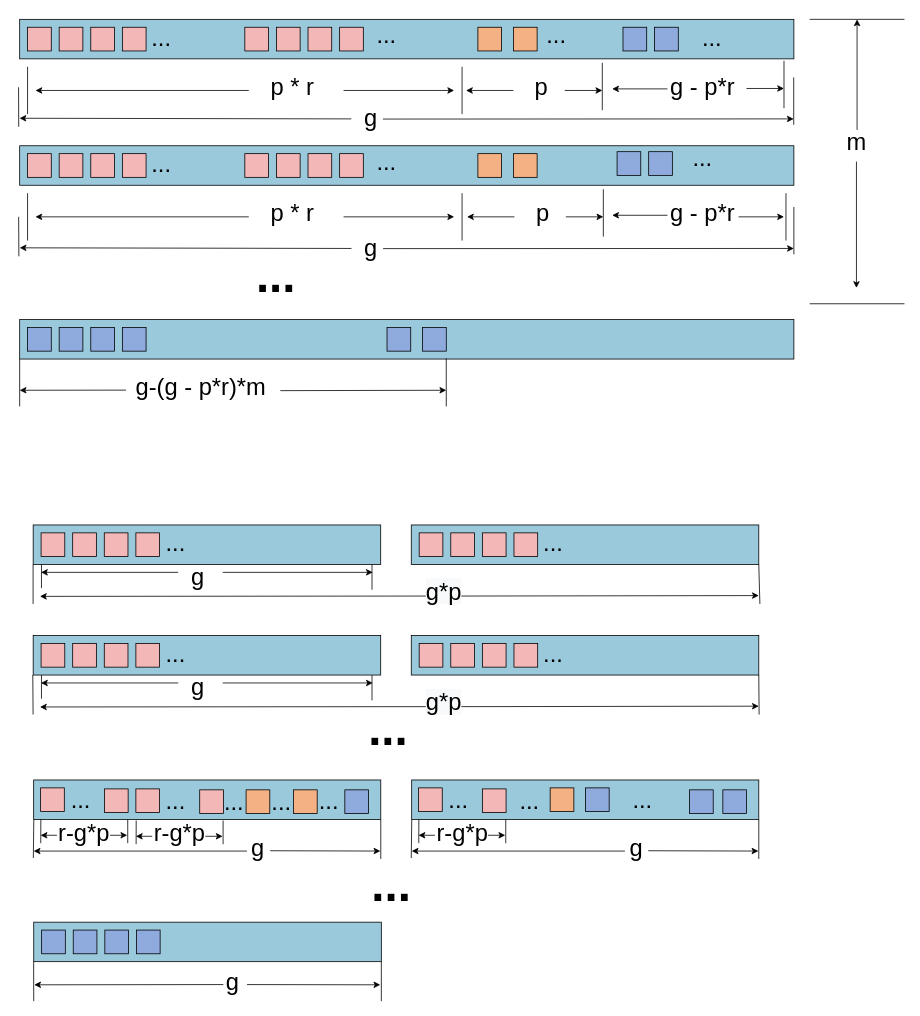
The draw.io diagram figures/draw_io_fig/final_pics.drawio in monopodium/Repair_optimal, before the edit. Source tidied: cells renumbered, new cells numbered last; positions are measured from the earlier drawing's top-left corner, leaving out a move shared by most shapes. Both pictures are drawn from the tidied source at 79%, with x=0, y=0 at pixel (18, 19).
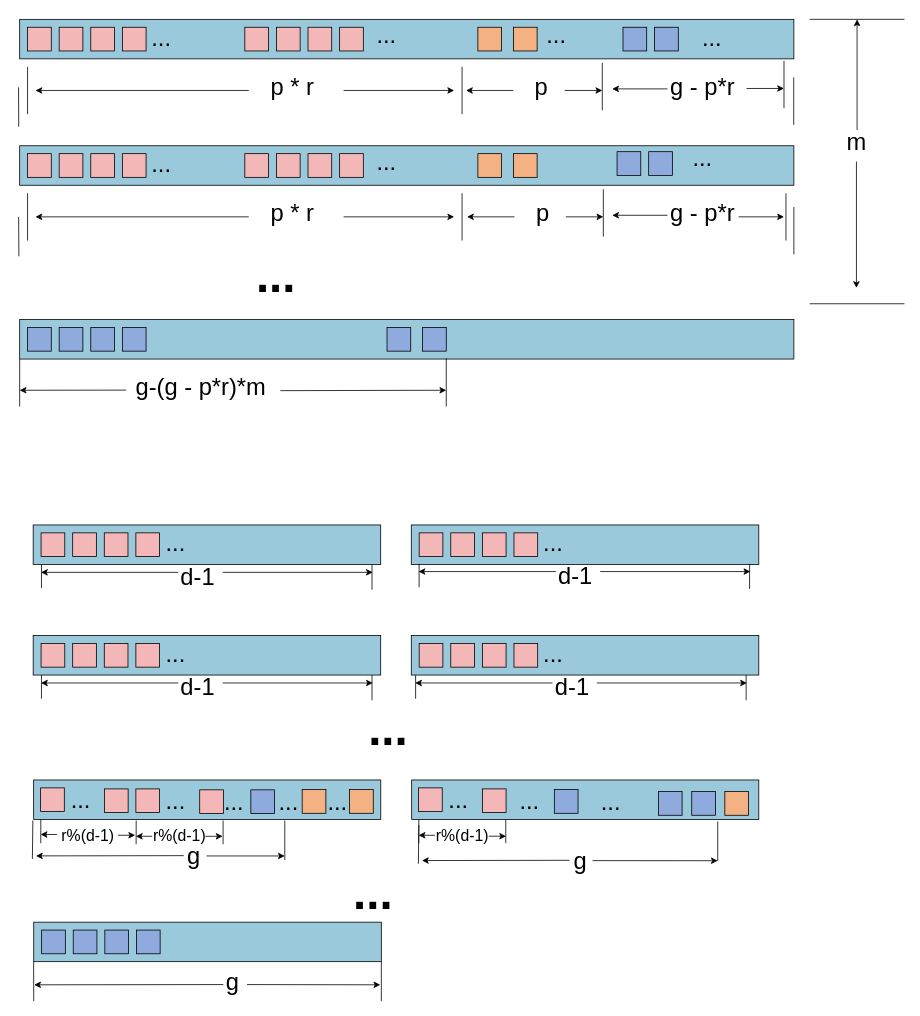
After the change.

Diff of the diagram source:
```diff
@@
-    <mxCell id="77" style="endArrow=classic;html=1;rounded=0;fontSize=30;" parent="1" edge="1">
-      <mxGeometry relative="1" as="geometry">
-        <mxPoint x="461.4" y="290.2" as="sourcePoint" />
-        <mxPoint x="981.4" y="290" as="targetPoint" />
-      </mxGeometry>
-    </mxCell>
-    <mxCell id="78" style="endArrow=classic;html=1;rounded=0;fontSize=30;" parent="1" edge="1">
-      <mxGeometry relative="1" as="geometry">
-        <mxPoint x="421.4" y="290" as="sourcePoint" />
-        <mxPoint x="1.4" y="289.2" as="targetPoint" />
-      </mxGeometry>
-    </mxCell>
@@
-    <mxCell id="83" value="g" style="text;html=1;strokeColor=none;fillColor=none;align=center;verticalAlign=middle;whiteSpace=wrap;rounded=0;fontSize=30;" parent="1" vertex="1">
-      <mxGeometry x="426.4" y="274" width="40" height="30" as="geometry" />
-    </mxCell>
@@
-    <mxCell id="86" style="endArrow=classic;html=1;rounded=0;fontSize=30;" parent="1" edge="1">
-      <mxGeometry relative="1" as="geometry">
-        <mxPoint x="461.2" y="126.2" as="sourcePoint" />
-        <mxPoint x="981.2" y="126" as="targetPoint" />
-      </mxGeometry>
-    </mxCell>
-    <mxCell id="87" style="endArrow=classic;html=1;rounded=0;fontSize=30;" parent="1" edge="1">
-      <mxGeometry relative="1" as="geometry">
-        <mxPoint x="421.2" y="126" as="sourcePoint" />
-        <mxPoint x="1.2" y="125.2" as="targetPoint" />
-      </mxGeometry>
-    </mxCell>
-    <mxCell id="88" value="g" style="text;html=1;strokeColor=none;fillColor=none;align=center;verticalAlign=middle;whiteSpace=wrap;rounded=0;fontSize=30;" parent="1" vertex="1">
-      <mxGeometry x="426.2" y="110" width="40" height="30" as="geometry" />
-    </mxCell>
@@
-    <mxCell id="94" style="endArrow=none;html=1;rounded=0;fontSize=30;" parent="1" edge="1">
-      <mxGeometry relative="1" as="geometry">
-        <mxPoint x="18.4" y="740" as="sourcePoint" />
-        <mxPoint x="18.4" y="690" as="targetPoint" />
-      </mxGeometry>
-    </mxCell>
@@
-    <mxCell id="96" style="endArrow=classic;html=1;rounded=0;fontSize=30;" parent="1" edge="1">
-      <mxGeometry relative="1" as="geometry">
-        <mxPoint x="558.4" y="730" as="sourcePoint" />
-        <mxPoint x="937" y="729.4" as="targetPoint" />
-      </mxGeometry>
-    </mxCell>
-    <mxCell id="97" style="endArrow=classic;html=1;rounded=0;fontSize=30;" parent="1" edge="1">
-      <mxGeometry relative="1" as="geometry">
-        <mxPoint x="518.4" y="730" as="sourcePoint" />
-        <mxPoint x="27.1" y="730.4" as="targetPoint" />
-      </mxGeometry>
-    </mxCell>
@@
-    <mxCell id="106" style="endArrow=classic;html=1;rounded=0;fontSize=30;" parent="1" edge="1">
-      <mxGeometry relative="1" as="geometry">
-        <mxPoint x="289.1" y="1052.8" as="sourcePoint" />
-        <mxPoint x="19.1" y="1052.8" as="targetPoint" />
-      </mxGeometry>
-    </mxCell>
-    <mxCell id="107" value="&amp;nbsp;g" style="text;html=1;strokeColor=none;fillColor=none;align=center;verticalAlign=middle;whiteSpace=wrap;rounded=0;fontSize=30;" parent="1" vertex="1">
-      <mxGeometry x="281" y="1032.8" width="36.2" height="30" as="geometry" />
-    </mxCell>
@@
-    <mxCell id="111" value="g" style="text;html=1;strokeColor=none;fillColor=none;align=center;verticalAlign=middle;whiteSpace=wrap;rounded=0;fontSize=30;" parent="1" vertex="1">
+    <mxCell id="111" value="d-1" style="text;html=1;strokeColor=none;fillColor=none;align=center;verticalAlign=middle;whiteSpace=wrap;rounded=0;fontSize=30;" parent="1" vertex="1">
       <mxGeometry x="200.2" y="690" width="53.8" height="30" as="geometry" />
     </mxCell>
@@
     <mxCell id="113" style="rounded=0;whiteSpace=wrap;html=1;fontSize=30;fillColor=#F4B183;" parent="1" vertex="1">
-      <mxGeometry x="348" y="975.3" width="30" height="30" as="geometry" />
+      <mxGeometry x="419" y="975" width="30" height="30" as="geometry" />
     </mxCell>
@@
     <mxCell id="117" style="endArrow=classic;html=1;rounded=0;fontSize=30;" parent="1" edge="1">
       <mxGeometry relative="1" as="geometry">
-        <mxPoint x="48.5" y="1032.8" as="sourcePoint" />
-        <mxPoint x="27.9" y="1032.8" as="targetPoint" />
+        <mxPoint x="527" y="1032.8" as="sourcePoint" />
+        <mxPoint x="506.4" y="1032.8" as="targetPoint" />
       </mxGeometry>
     </mxCell>
     <mxCell id="118" style="endArrow=classic;html=1;rounded=0;fontSize=30;" parent="1" edge="1">
       <mxGeometry relative="1" as="geometry">
-        <mxPoint x="115.8" y="1032.8" as="sourcePoint" />
-        <mxPoint x="137.6" y="1032.8" as="targetPoint" />
+        <mxPoint x="125.8" y="1032.8" as="sourcePoint" />
+        <mxPoint x="147.6" y="1032.8" as="targetPoint" />
       </mxGeometry>
     </mxCell>
-    <mxCell id="119" value="r-g*p" style="text;html=1;strokeColor=none;fillColor=none;align=center;verticalAlign=middle;whiteSpace=wrap;rounded=0;fontSize=30;" parent="1" vertex="1">
-      <mxGeometry x="40.5" y="1014.1" width="86.2" height="30" as="geometry" />
+    <mxCell id="119" value="&lt;font style=&quot;font-size: 20px;&quot;&gt;r%(d-1)&lt;/font&gt;" style="text;html=1;strokeColor=none;fillColor=none;align=center;verticalAlign=middle;whiteSpace=wrap;rounded=0;fontSize=30;" parent="1" vertex="1">
+      <mxGeometry x="45.1" y="1014.1" width="86.2" height="30" as="geometry" />
     </mxCell>
-    <mxCell id="120" style="endArrow=none;html=1;rounded=0;fontSize=30;" parent="1" edge="1">
-      <mxGeometry relative="1" as="geometry">
-        <mxPoint x="138.2" y="1042.8" as="sourcePoint" />
-        <mxPoint x="138.2" y="1012.8" as="targetPoint" />
-      </mxGeometry>
-    </mxCell>
@@
     <mxCell id="122" style="rounded=0;whiteSpace=wrap;html=1;fontSize=30;fillColor=#F4B183;" parent="1" vertex="1">
-      <mxGeometry x="288" y="975.3" width="30" height="30" as="geometry" />
+      <mxGeometry x="359" y="975" width="30" height="30" as="geometry" />
     </mxCell>
@@
-    <mxCell id="129" style="endArrow=none;html=1;rounded=0;fontSize=30;" parent="1" edge="1">
-      <mxGeometry relative="1" as="geometry">
-        <mxPoint x="938.4" y="740" as="sourcePoint" />
-        <mxPoint x="937" y="690" as="targetPoint" />
-      </mxGeometry>
-    </mxCell>
-    <mxCell id="130" value="&lt;span style=&quot;color: rgb(0, 0, 0); font-family: Helvetica; font-size: 30px; font-style: normal; font-variant-ligatures: normal; font-variant-caps: normal; font-weight: 400; letter-spacing: normal; orphans: 2; text-align: center; text-indent: 0px; text-transform: none; widows: 2; word-spacing: 0px; -webkit-text-stroke-width: 0px; background-color: rgb(248, 249, 250); text-decoration-thickness: initial; text-decoration-style: initial; text-decoration-color: initial; float: none; display: inline !important;&quot;&gt;g*p&lt;/span&gt;" style="text;whiteSpace=wrap;html=1;" parent="1" vertex="1">
-      <mxGeometry x="514" y="700" width="80" height="60" as="geometry" />
-    </mxCell>
@@
-    <mxCell id="136" style="endArrow=none;html=1;rounded=0;fontSize=30;" parent="1" edge="1">
-      <mxGeometry relative="1" as="geometry">
-        <mxPoint x="18.4" y="880" as="sourcePoint" />
-        <mxPoint x="18" y="830" as="targetPoint" />
-      </mxGeometry>
-    </mxCell>
@@
-    <mxCell id="138" style="endArrow=classic;html=1;rounded=0;fontSize=30;" parent="1" edge="1">
-      <mxGeometry relative="1" as="geometry">
-        <mxPoint x="558.4" y="870" as="sourcePoint" />
-        <mxPoint x="937" y="869.4" as="targetPoint" />
-      </mxGeometry>
-    </mxCell>
-    <mxCell id="139" style="endArrow=classic;html=1;rounded=0;fontSize=30;" parent="1" edge="1">
-      <mxGeometry relative="1" as="geometry">
-        <mxPoint x="518.4" y="870" as="sourcePoint" />
-        <mxPoint x="27.1" y="870.4" as="targetPoint" />
-      </mxGeometry>
-    </mxCell>
@@
-    <mxCell id="144" value="g" style="text;html=1;strokeColor=none;fillColor=none;align=center;verticalAlign=middle;whiteSpace=wrap;rounded=0;fontSize=30;" parent="1" vertex="1">
+    <mxCell id="144" value="d-1" style="text;html=1;strokeColor=none;fillColor=none;align=center;verticalAlign=middle;whiteSpace=wrap;rounded=0;fontSize=30;" parent="1" vertex="1">
       <mxGeometry x="200.2" y="830" width="53.8" height="30" as="geometry" />
     </mxCell>
@@
-    <mxCell id="151" style="endArrow=none;html=1;rounded=0;fontSize=30;" parent="1" edge="1">
-      <mxGeometry relative="1" as="geometry">
-        <mxPoint x="937.4" y="880" as="sourcePoint" />
-        <mxPoint x="937" y="830" as="targetPoint" />
-      </mxGeometry>
-    </mxCell>
-    <mxCell id="152" value="&lt;span style=&quot;color: rgb(0, 0, 0); font-family: Helvetica; font-size: 30px; font-style: normal; font-variant-ligatures: normal; font-variant-caps: normal; font-weight: 400; letter-spacing: normal; orphans: 2; text-align: center; text-indent: 0px; text-transform: none; widows: 2; word-spacing: 0px; -webkit-text-stroke-width: 0px; background-color: rgb(248, 249, 250); text-decoration-thickness: initial; text-decoration-style: initial; text-decoration-color: initial; float: none; display: inline !important;&quot;&gt;g*p&lt;/span&gt;" style="text;whiteSpace=wrap;html=1;" parent="1" vertex="1">
-      <mxGeometry x="514" y="840" width="80" height="60" as="geometry" />
-    </mxCell>
@@
     <mxCell id="154" value="..." style="text;html=1;strokeColor=none;fillColor=none;align=center;verticalAlign=middle;whiteSpace=wrap;rounded=0;fontSize=30;" parent="1" vertex="1">
-      <mxGeometry x="303.4" y="975.3" width="60" height="30" as="geometry" />
+      <mxGeometry x="374.4" y="975" width="60" height="30" as="geometry" />
     </mxCell>
-    <mxCell id="155" style="endArrow=none;html=1;rounded=0;fontSize=30;" parent="1" edge="1">
-      <mxGeometry relative="1" as="geometry">
-        <mxPoint x="18.7" y="1061.6" as="sourcePoint" />
-        <mxPoint x="19.3" y="1012.8" as="targetPoint" />
-      </mxGeometry>
-    </mxCell>
-    <mxCell id="156" style="endArrow=none;html=1;rounded=0;fontSize=30;" parent="1" edge="1">
-      <mxGeometry relative="1" as="geometry">
-        <mxPoint x="458.5" y="1062.8" as="sourcePoint" />
-        <mxPoint x="458.5" y="1012.8" as="targetPoint" />
-      </mxGeometry>
-    </mxCell>
@@
-    <mxCell id="162" value="r-g*p" style="text;html=1;strokeColor=none;fillColor=none;align=center;verticalAlign=middle;whiteSpace=wrap;rounded=0;fontSize=30;" parent="1" vertex="1">
+    <mxCell id="162" value="&lt;font style=&quot;font-size: 20px;&quot;&gt;r%(d-1)&lt;/font&gt;" style="text;html=1;strokeColor=none;fillColor=none;align=center;verticalAlign=middle;whiteSpace=wrap;rounded=0;fontSize=30;" parent="1" vertex="1">
       <mxGeometry x="161.2" y="1015.3" width="86.2" height="30" as="geometry" />
     </mxCell>
@@
     <mxCell id="169" style="rounded=0;whiteSpace=wrap;html=1;fontSize=30;fillColor=#8FAADC;" parent="1" vertex="1">
-      <mxGeometry x="413" y="975.3" width="30" height="30" as="geometry" />
+      <mxGeometry x="294" y="975.3" width="30" height="30" as="geometry" />
     </mxCell>
     <mxCell id="170" value="..." style="text;html=1;strokeColor=none;fillColor=none;align=center;verticalAlign=middle;whiteSpace=wrap;rounded=0;fontSize=30;" parent="1" vertex="1">
-      <mxGeometry x="363.4" y="974.1" width="60" height="30" as="geometry" />
+      <mxGeometry x="311.8" y="975.3" width="60" height="30" as="geometry" />
     </mxCell>
-    <mxCell id="171" style="endArrow=classic;html=1;rounded=0;fontSize=30;exitX=1.038;exitY=0.653;exitDx=0;exitDy=0;exitPerimeter=0;" parent="1" edge="1" source="107">
-      <mxGeometry relative="1" as="geometry">
-        <mxPoint x="458" y="1052.8" as="targetPoint" />
-      </mxGeometry>
-    </mxCell>
     <mxCell id="172" style="endArrow=classic;html=1;rounded=0;fontSize=30;" parent="1" edge="1">
       <mxGeometry relative="1" as="geometry">
-        <mxPoint x="767.6" y="1052.8" as="sourcePoint" />
-        <mxPoint x="497.6" y="1052.8" as="targetPoint" />
+        <mxPoint x="209" y="1058.6" as="sourcePoint" />
+        <mxPoint x="22" y="1058.9" as="targetPoint" />
       </mxGeometry>
     </mxCell>
     <mxCell id="173" value="&amp;nbsp;g" style="text;html=1;strokeColor=none;fillColor=none;align=center;verticalAlign=middle;whiteSpace=wrap;rounded=0;fontSize=30;" parent="1" vertex="1">
-      <mxGeometry x="759.5" y="1032.8" width="36.2" height="30" as="geometry" />
+      <mxGeometry x="200.2" y="1044.1" width="36.2" height="30" as="geometry" />
     </mxCell>
@@
-    <mxCell id="178" style="endArrow=classic;html=1;rounded=0;fontSize=30;" parent="1" edge="1">
-      <mxGeometry relative="1" as="geometry">
-        <mxPoint x="527" y="1032.8" as="sourcePoint" />
-        <mxPoint x="506.3" y="1032.8" as="targetPoint" />
-      </mxGeometry>
-    </mxCell>
-    <mxCell id="179" style="endArrow=classic;html=1;rounded=0;fontSize=30;" parent="1" edge="1">
-      <mxGeometry relative="1" as="geometry">
-        <mxPoint x="594.2" y="1032.8" as="sourcePoint" />
-        <mxPoint x="616.1" y="1032.8" as="targetPoint" />
-      </mxGeometry>
-    </mxCell>
-    <mxCell id="180" value="r-g*p" style="text;html=1;strokeColor=none;fillColor=none;align=center;verticalAlign=middle;whiteSpace=wrap;rounded=0;fontSize=30;" parent="1" vertex="1">
+    <mxCell id="180" value="&lt;font style=&quot;font-size: 20px;&quot;&gt;r%(d-1)&lt;/font&gt;" style="text;html=1;strokeColor=none;fillColor=none;align=center;verticalAlign=middle;whiteSpace=wrap;rounded=0;fontSize=30;" parent="1" vertex="1">
       <mxGeometry x="519" y="1014.1" width="86.2" height="30" as="geometry" />
     </mxCell>
@@
     <mxCell id="183" style="rounded=0;whiteSpace=wrap;html=1;fontSize=30;fillColor=#F4B183;" parent="1" vertex="1">
-      <mxGeometry x="672.9" y="972.8" width="30" height="30" as="geometry" />
+      <mxGeometry x="894" y="977.5" width="30" height="30" as="geometry" />
     </mxCell>
@@
     <mxCell id="185" style="endArrow=none;html=1;rounded=0;fontSize=30;" parent="1" edge="1">
       <mxGeometry relative="1" as="geometry">
-        <mxPoint x="497.1" y="1061.6" as="sourcePoint" />
-        <mxPoint x="497.7" y="1012.8" as="targetPoint" />
+        <mxPoint x="17.5" y="1062.8" as="sourcePoint" />
+        <mxPoint x="18.1" y="1014.1" as="targetPoint" />
       </mxGeometry>
     </mxCell>
     <mxCell id="186" style="endArrow=none;html=1;rounded=0;fontSize=30;" parent="1" edge="1">
       <mxGeometry relative="1" as="geometry">
-        <mxPoint x="937" y="1062.8" as="sourcePoint" />
-        <mxPoint x="937" y="1012.8" as="targetPoint" />
+        <mxPoint x="337" y="1064.1" as="sourcePoint" />
+        <mxPoint x="337" y="1014.1" as="targetPoint" />
       </mxGeometry>
     </mxCell>
     <mxCell id="187" style="rounded=0;whiteSpace=wrap;html=1;fontSize=30;fillColor=#8FAADC;" parent="1" vertex="1">
-      <mxGeometry x="891.5" y="975.3" width="30" height="30" as="geometry" />
+      <mxGeometry x="852.1" y="977.5" width="30" height="30" as="geometry" />
     </mxCell>
-    <mxCell id="188" style="endArrow=classic;html=1;rounded=0;fontSize=30;exitX=1.038;exitY=0.653;exitDx=0;exitDy=0;exitPerimeter=0;" parent="1" edge="1" source="173">
+    <mxCell id="188" style="endArrow=classic;html=1;rounded=0;fontSize=30;" parent="1" edge="1">
       <mxGeometry relative="1" as="geometry">
-        <mxPoint x="936.5" y="1052.8" as="targetPoint" />
+        <mxPoint x="238" y="1059" as="sourcePoint" />
+        <mxPoint x="337" y="1059" as="targetPoint" />
       </mxGeometry>
     </mxCell>
     <mxCell id="189" style="rounded=0;whiteSpace=wrap;html=1;fontSize=30;fillColor=#8FAADC;" parent="1" vertex="1">
-      <mxGeometry x="849.3" y="975.3" width="30" height="30" as="geometry" />
+      <mxGeometry x="809.9" y="977.5" width="30" height="30" as="geometry" />
     </mxCell>
     <mxCell id="190" style="rounded=0;whiteSpace=wrap;html=1;fontSize=30;fillColor=#8FAADC;" parent="1" vertex="1">
-      <mxGeometry x="717.6" y="972.8" width="30" height="30" as="geometry" />
+      <mxGeometry x="678.2" y="975" width="30" height="30" as="geometry" />
     </mxCell>
     <mxCell id="191" value="..." style="text;html=1;strokeColor=none;fillColor=none;align=center;verticalAlign=middle;whiteSpace=wrap;rounded=0;fontSize=30;" parent="1" vertex="1">
-      <mxGeometry x="759.5" y="972.8" width="60" height="30" as="geometry" />
+      <mxGeometry x="720.1" y="975" width="60" height="30" as="geometry" />
     </mxCell>
     <mxCell id="192" value="&lt;b&gt;&lt;font style=&quot;font-size: 60px;&quot;&gt;...&lt;/font&gt;&lt;/b&gt;" style="text;html=1;strokeColor=none;fillColor=none;align=center;verticalAlign=middle;whiteSpace=wrap;rounded=0;fontSize=30;" parent="1" vertex="1">
-      <mxGeometry x="442" y="1080.8" width="60" height="30" as="geometry" />
+      <mxGeometry x="419" y="1091" width="60" height="30" as="geometry" />
     </mxCell>
+    <mxCell id="193" style="endArrow=none;html=1;rounded=0;fontSize=30;entryX=0.975;entryY=0.965;entryDx=0;entryDy=0;entryPerimeter=0;" parent="1" edge="1">
+      <mxGeometry relative="1" as="geometry">
+        <mxPoint x="925.3" y="721" as="sourcePoint" />
+        <mxPoint x="925.4" y="689.2" as="targetPoint" />
+      </mxGeometry>
+    </mxCell>
+    <mxCell id="194" style="endArrow=none;html=1;rounded=0;fontSize=30;" parent="1" edge="1">
+      <mxGeometry relative="1" as="geometry">
+        <mxPoint x="507" y="719" as="sourcePoint" />
+        <mxPoint x="507" y="689" as="targetPoint" />
+      </mxGeometry>
+    </mxCell>
+    <mxCell id="195" style="endArrow=classic;html=1;rounded=0;fontSize=30;" parent="1" edge="1">
+      <mxGeometry relative="1" as="geometry">
+        <mxPoint x="680.1" y="699" as="sourcePoint" />
+        <mxPoint x="506.3" y="699" as="targetPoint" />
+      </mxGeometry>
+    </mxCell>
+    <mxCell id="196" style="endArrow=classic;html=1;rounded=0;fontSize=30;" parent="1" edge="1">
+      <mxGeometry relative="1" as="geometry">
+        <mxPoint x="736.3" y="699" as="sourcePoint" />
+        <mxPoint x="926.3" y="699" as="targetPoint" />
+      </mxGeometry>
+    </mxCell>
+    <mxCell id="197" value="d-1" style="text;html=1;strokeColor=none;fillColor=none;align=center;verticalAlign=middle;whiteSpace=wrap;rounded=0;fontSize=30;" parent="1" vertex="1">
+      <mxGeometry x="678.2" y="689" width="53.8" height="30" as="geometry" />
+    </mxCell>
+    <mxCell id="198" style="endArrow=none;html=1;rounded=0;fontSize=30;entryX=0.975;entryY=0.965;entryDx=0;entryDy=0;entryPerimeter=0;" parent="1" edge="1">
+      <mxGeometry relative="1" as="geometry">
+        <mxPoint x="921" y="862" as="sourcePoint" />
+        <mxPoint x="921" y="830.2" as="targetPoint" />
+      </mxGeometry>
+    </mxCell>
+    <mxCell id="199" style="endArrow=none;html=1;rounded=0;fontSize=30;" parent="1" edge="1">
+      <mxGeometry relative="1" as="geometry">
+        <mxPoint x="502.6" y="860" as="sourcePoint" />
+        <mxPoint x="502.6" y="830" as="targetPoint" />
+      </mxGeometry>
+    </mxCell>
+    <mxCell id="200" style="endArrow=classic;html=1;rounded=0;fontSize=30;" parent="1" edge="1">
+      <mxGeometry relative="1" as="geometry">
+        <mxPoint x="675.8" y="840" as="sourcePoint" />
+        <mxPoint x="502" y="840" as="targetPoint" />
+      </mxGeometry>
+    </mxCell>
+    <mxCell id="201" style="endArrow=classic;html=1;rounded=0;fontSize=30;" parent="1" edge="1">
+      <mxGeometry relative="1" as="geometry">
+        <mxPoint x="732" y="840" as="sourcePoint" />
+        <mxPoint x="922" y="840" as="targetPoint" />
+      </mxGeometry>
+    </mxCell>
+    <mxCell id="202" value="d-1" style="text;html=1;strokeColor=none;fillColor=none;align=center;verticalAlign=middle;whiteSpace=wrap;rounded=0;fontSize=30;" parent="1" vertex="1">
+      <mxGeometry x="673.9" y="830" width="53.8" height="30" as="geometry" />
+    </mxCell>
+    <mxCell id="203" style="endArrow=classic;html=1;rounded=0;fontSize=30;" parent="1" edge="1">
+      <mxGeometry relative="1" as="geometry">
+        <mxPoint x="48.5" y="1031.8" as="sourcePoint" />
+        <mxPoint x="27.9" y="1031.8" as="targetPoint" />
+      </mxGeometry>
+    </mxCell>
+    <mxCell id="204" style="endArrow=classic;html=1;rounded=0;fontSize=30;" parent="1" edge="1">
+      <mxGeometry relative="1" as="geometry">
+        <mxPoint x="595.2" y="1034" as="sourcePoint" />
+        <mxPoint x="617.1" y="1034" as="targetPoint" />
+      </mxGeometry>
+    </mxCell>
+    <mxCell id="205" style="endArrow=classic;html=1;rounded=0;fontSize=30;" parent="1" edge="1">
+      <mxGeometry relative="1" as="geometry">
+        <mxPoint x="697.6" y="1064.5" as="sourcePoint" />
+        <mxPoint x="510.6" y="1064.8" as="targetPoint" />
+      </mxGeometry>
+    </mxCell>
+    <mxCell id="107" value="&amp;nbsp;g" style="text;html=1;strokeColor=none;fillColor=none;align=center;verticalAlign=middle;whiteSpace=wrap;rounded=0;fontSize=30;" parent="1" vertex="1">
+      <mxGeometry x="688.9" y="1050" width="36.2" height="30" as="geometry" />
+    </mxCell>
+    <mxCell id="206" style="endArrow=none;html=1;rounded=0;fontSize=30;" parent="1" edge="1">
+      <mxGeometry relative="1" as="geometry">
+        <mxPoint x="506.1" y="1068.8" as="sourcePoint" />
+        <mxPoint x="506.7" y="1020" as="targetPoint" />
+      </mxGeometry>
+    </mxCell>
+    <mxCell id="207" style="endArrow=none;html=1;rounded=0;fontSize=30;" parent="1" edge="1">
+      <mxGeometry relative="1" as="geometry">
+        <mxPoint x="885" y="1065.3" as="sourcePoint" />
+        <mxPoint x="885" y="1015.3" as="targetPoint" />
+      </mxGeometry>
+    </mxCell>
+    <mxCell id="208" style="endArrow=classic;html=1;rounded=0;fontSize=30;" parent="1" edge="1">
+      <mxGeometry relative="1" as="geometry">
+        <mxPoint x="726.6" y="1064.9" as="sourcePoint" />
+        <mxPoint x="885" y="1065" as="targetPoint" />
+      </mxGeometry>
+    </mxCell>
```
